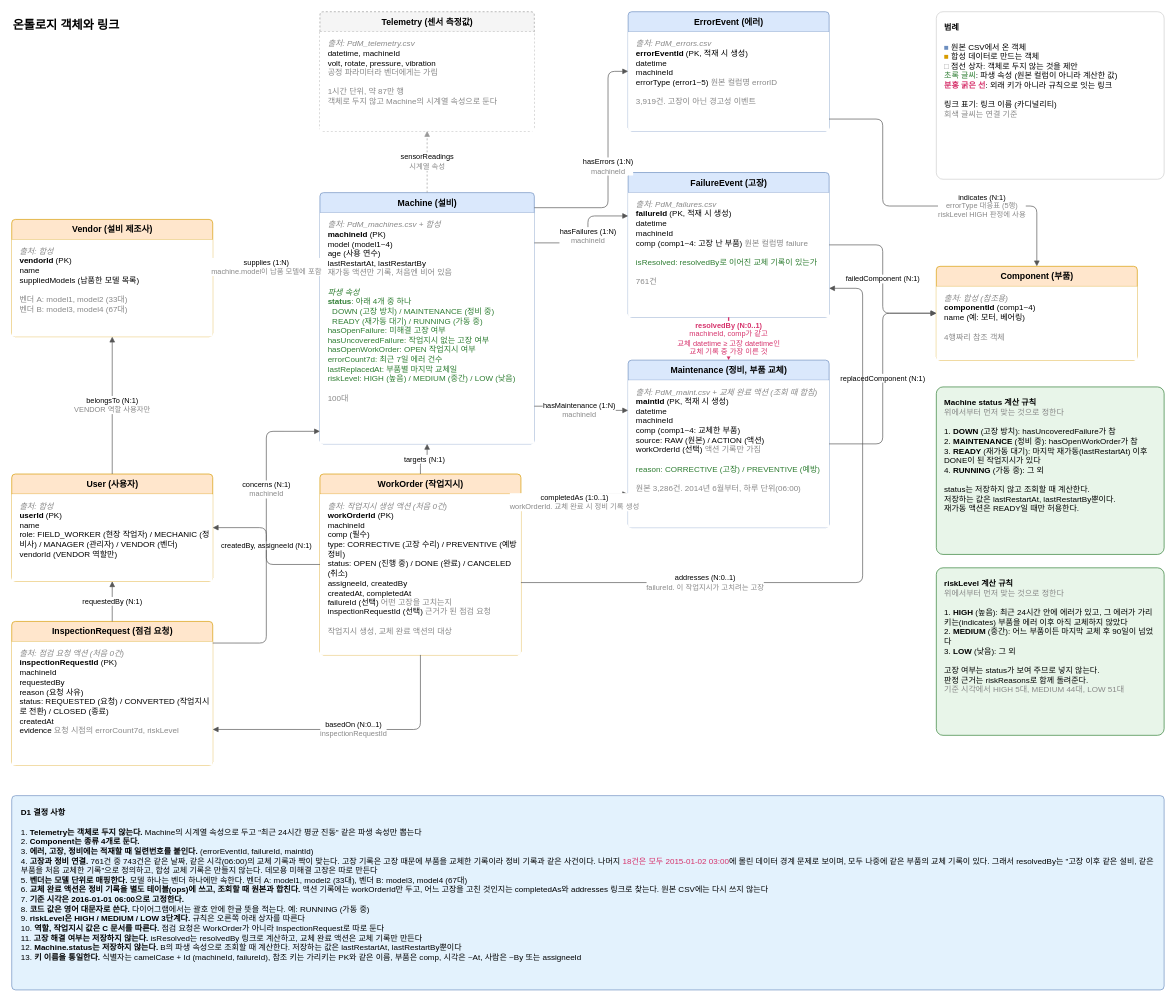
This is docs/diagrams/ontology.drawio from boaz-ontology-lab/pdm-ontology, a draw.io file, before an edit. Source tidied: cells renumbered, new cells numbered last; positions are measured from the earlier drawing's top-left corner, leaving out a move shared by most shapes. Both pictures are drawn from the tidied source at 67%, with x=0, y=0 at pixel (11, 11).
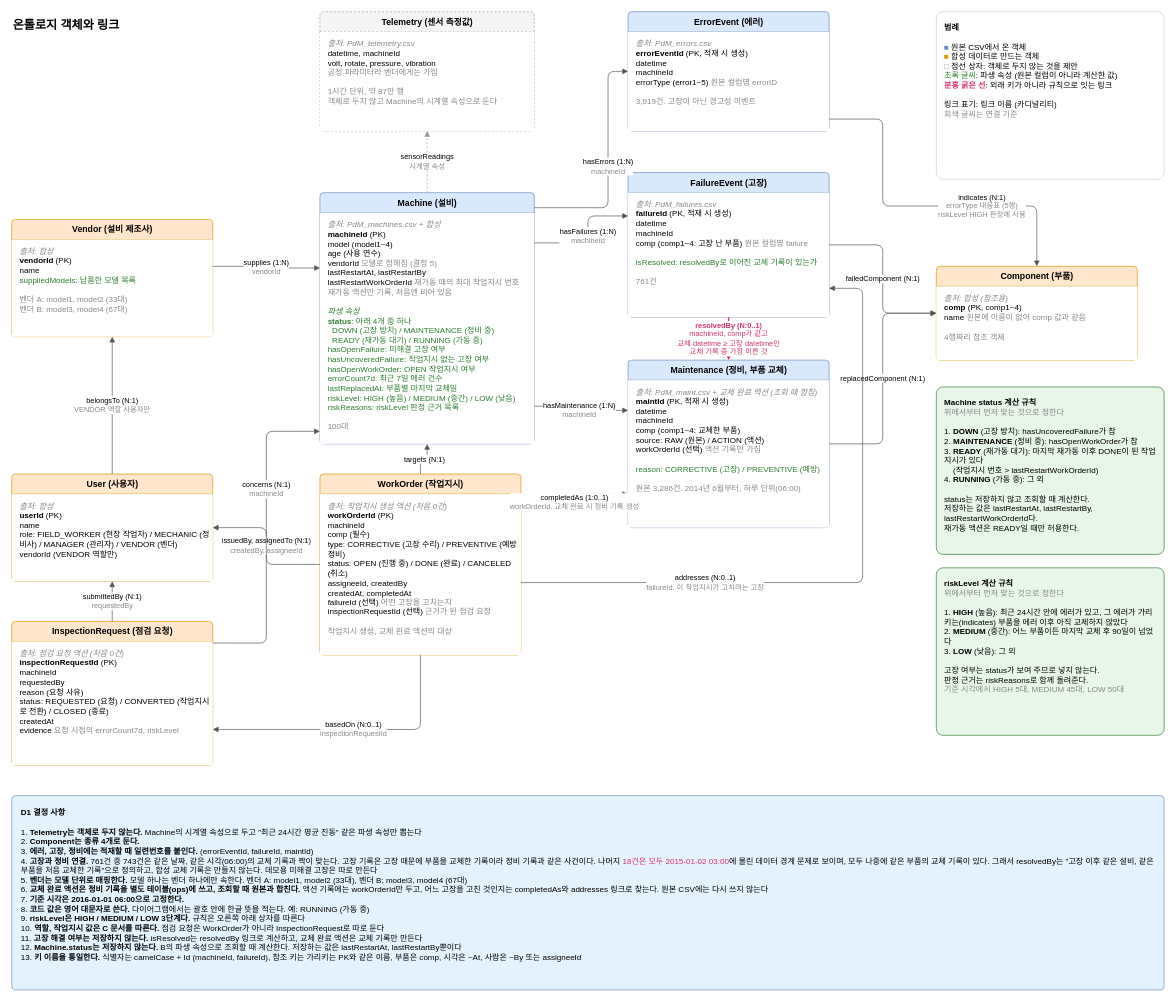
The same page after the edit.

The change refers to these unchanged cells:
```xml
<mxCell id="2" value="&lt;b&gt;Machine (설비)&lt;/b&gt;" style="swimlane;html=1;startSize=30;rounded=1;arcSize=6;fillColor=#dae8fc;strokeColor=#6c8ebf;fontSize=13;" parent="1" vertex="1">
  <mxGeometry x="460" y="270" width="320" height="375" as="geometry" />
</mxCell>
<mxCell id="12" value="&lt;b&gt;Component (부품)&lt;/b&gt;" style="swimlane;html=1;startSize=30;rounded=1;arcSize=6;fillColor=#ffe6cc;strokeColor=#d79b00;fontSize=13;" parent="1" vertex="1">
  <mxGeometry x="1380" y="380" width="300" height="140" as="geometry" />
</mxCell>
<mxCell id="14" value="&lt;b&gt;WorkOrder (작업지시)&lt;/b&gt;" style="swimlane;html=1;startSize=30;rounded=1;arcSize=6;fillColor=#ffe6cc;strokeColor=#d79b00;fontSize=13;" parent="1" vertex="1">
  <mxGeometry x="460" y="690" width="300" height="270" as="geometry" />
</mxCell>
<mxCell id="16" value="&lt;b&gt;User (사용자)&lt;/b&gt;" style="swimlane;html=1;startSize=30;rounded=1;arcSize=6;fillColor=#ffe6cc;strokeColor=#d79b00;fontSize=13;" parent="1" vertex="1">
  <mxGeometry y="690" width="300" height="160" as="geometry" />
</mxCell>
<mxCell id="18" value="&lt;b&gt;Vendor (설비 제조사)&lt;/b&gt;" style="swimlane;html=1;startSize=30;rounded=1;arcSize=6;fillColor=#ffe6cc;strokeColor=#d79b00;fontSize=13;" parent="1" vertex="1">
  <mxGeometry y="310" width="300" height="175" as="geometry" />
</mxCell>
<mxCell id="36" value="&lt;b&gt;InspectionRequest (점검 요청)&lt;/b&gt;" style="swimlane;html=1;startSize=30;rounded=1;arcSize=6;fillColor=#ffe6cc;strokeColor=#d79b00;fontSize=13;" parent="1" vertex="1">
  <mxGeometry y="910" width="300" height="215" as="geometry" />
</mxCell>
```

Change to the diagram source:
```diff
@@
-    <mxCell id="3" value="&lt;font color=&quot;#888888&quot;&gt;&lt;i&gt;출처: PdM_machines.csv + 합성&lt;/i&gt;&lt;/font&gt;&lt;br&gt;&lt;b&gt;machineId&lt;/b&gt; (PK)&lt;br&gt;model (model1~4)&lt;br&gt;age (사용 연수)&lt;br&gt;lastRestartAt, lastRestartBy&lt;br&gt;&lt;font color=&quot;#888888&quot;&gt;재가동 액션만 기록, 처음엔 비어 있음&lt;/font&gt;&lt;br&gt;&lt;br&gt;&lt;font color=&quot;#2e7d32&quot;&gt;&lt;i&gt;파생 속성&lt;/i&gt;&lt;/font&gt;&lt;br&gt;&lt;font color=&quot;#2e7d32&quot;&gt;&lt;b&gt;status&lt;/b&gt;: 아래 4개 중 하나&lt;br&gt;&amp;nbsp;&amp;nbsp;DOWN (고장 방치) / MAINTENANCE (정비 중)&lt;br&gt;&amp;nbsp;&amp;nbsp;READY (재가동 대기) / RUNNING (가동 중)&lt;/font&gt;&lt;br&gt;&lt;font color=&quot;#2e7d32&quot;&gt;hasOpenFailure: 미해결 고장 여부&lt;/font&gt;&lt;br&gt;&lt;font color=&quot;#2e7d32&quot;&gt;hasUncoveredFailure: 작업지시 없는 고장 여부&lt;/font&gt;&lt;br&gt;&lt;font color=&quot;#2e7d32&quot;&gt;hasOpenWorkOrder: OPEN 작업지시 여부&lt;/font&gt;&lt;br&gt;&lt;font color=&quot;#2e7d32&quot;&gt;errorCount7d: 최근 7일 에러 건수&lt;/font&gt;&lt;br&gt;&lt;font color=&quot;#2e7d32&quot;&gt;lastReplacedAt: 부품별 마지막 교체일&lt;/font&gt;&lt;br&gt;&lt;font color=&quot;#2e7d32&quot;&gt;riskLevel: HIGH (높음) / MEDIUM (중간) / LOW (낮음)&lt;/font&gt;&lt;br&gt;&lt;br&gt;&lt;font color=&quot;#888888&quot;&gt;100대&lt;/font&gt;" style="text;html=1;align=left;verticalAlign=top;spacingLeft=10;spacingTop=4;whiteSpace=wrap;fontSize=12;fillColor=#ffffff;" parent="2" vertex="1">
+    <mxCell id="3" value="&lt;font color=&quot;#888888&quot;&gt;&lt;i&gt;출처: PdM_machines.csv + 합성&lt;/i&gt;&lt;/font&gt;&lt;br&gt;&lt;b&gt;machineId&lt;/b&gt; (PK)&lt;br&gt;model (model1~4)&lt;br&gt;age (사용 연수)&lt;br&gt;vendorId &lt;font color=&quot;#888888&quot;&gt;모델로 정해짐 (결정 5)&lt;/font&gt;&lt;br&gt;lastRestartAt, lastRestartBy&lt;br&gt;lastRestartWorkOrderId &lt;font color=&quot;#888888&quot;&gt;재가동 때의 최대 작업지시 번호&lt;/font&gt;&lt;br&gt;&lt;font color=&quot;#888888&quot;&gt;재가동 액션만 기록, 처음엔 비어 있음&lt;/font&gt;&lt;br&gt;&lt;br&gt;&lt;font color=&quot;#2e7d32&quot;&gt;&lt;i&gt;파생 속성&lt;/i&gt;&lt;/font&gt;&lt;br&gt;&lt;font color=&quot;#2e7d32&quot;&gt;&lt;b&gt;status&lt;/b&gt;: 아래 4개 중 하나&lt;br&gt;&amp;nbsp;&amp;nbsp;DOWN (고장 방치) / MAINTENANCE (정비 중)&lt;br&gt;&amp;nbsp;&amp;nbsp;READY (재가동 대기) / RUNNING (가동 중)&lt;/font&gt;&lt;br&gt;&lt;font color=&quot;#2e7d32&quot;&gt;hasOpenFailure: 미해결 고장 여부&lt;/font&gt;&lt;br&gt;&lt;font color=&quot;#2e7d32&quot;&gt;hasUncoveredFailure: 작업지시 없는 고장 여부&lt;/font&gt;&lt;br&gt;&lt;font color=&quot;#2e7d32&quot;&gt;hasOpenWorkOrder: OPEN 작업지시 여부&lt;/font&gt;&lt;br&gt;&lt;font color=&quot;#2e7d32&quot;&gt;errorCount7d: 최근 7일 에러 건수&lt;/font&gt;&lt;br&gt;&lt;font color=&quot;#2e7d32&quot;&gt;lastReplacedAt: 부품별 마지막 교체일&lt;/font&gt;&lt;br&gt;&lt;font color=&quot;#2e7d32&quot;&gt;riskLevel: HIGH (높음) / MEDIUM (중간) / LOW (낮음)&lt;br&gt;riskReasons: riskLevel 판정 근거 목록&lt;/font&gt;&lt;br&gt;&lt;br&gt;&lt;font color=&quot;#888888&quot;&gt;100대&lt;/font&gt;" style="text;html=1;align=left;verticalAlign=top;spacingLeft=10;spacingTop=4;whiteSpace=wrap;fontSize=12;fillColor=#ffffff;" parent="2" vertex="1">
       <mxGeometry y="30" width="320" height="345" as="geometry" />
     </mxCell>
@@
-    <mxCell id="13" value="&lt;font color=&quot;#888888&quot;&gt;&lt;i&gt;출처: 합성 (참조용)&lt;/i&gt;&lt;/font&gt;&lt;br&gt;&lt;b&gt;componentId&lt;/b&gt; (comp1~4)&lt;br&gt;name (예: 모터, 베어링)&lt;br&gt;&lt;br&gt;&lt;font color=&quot;#888888&quot;&gt;4행짜리 참조 객체&lt;/font&gt;" style="text;html=1;align=left;verticalAlign=top;spacingLeft=10;spacingTop=4;whiteSpace=wrap;fontSize=12;fillColor=#ffffff;" parent="12" vertex="1">
+    <mxCell id="13" value="&lt;font color=&quot;#888888&quot;&gt;&lt;i&gt;출처: 합성 (참조용)&lt;/i&gt;&lt;/font&gt;&lt;br&gt;&lt;b&gt;comp&lt;/b&gt; (PK, comp1~4)&lt;br&gt;name &lt;font color=&quot;#888888&quot;&gt;원본에 이름이 없어 comp 값과 같음&lt;/font&gt;&lt;br&gt;&lt;br&gt;&lt;font color=&quot;#888888&quot;&gt;4행짜리 참조 객체&lt;/font&gt;" style="text;html=1;align=left;verticalAlign=top;spacingLeft=10;spacingTop=4;whiteSpace=wrap;fontSize=12;fillColor=#ffffff;" parent="12" vertex="1">
       <mxGeometry y="30" width="300" height="110" as="geometry" />
     </mxCell>
@@
-    <mxCell id="19" value="&lt;font color=&quot;#888888&quot;&gt;&lt;i&gt;출처: 합성&lt;/i&gt;&lt;/font&gt;&lt;br&gt;&lt;b&gt;vendorId&lt;/b&gt; (PK)&lt;br&gt;name&lt;br&gt;suppliedModels (납품한 모델 목록)&lt;br&gt;&lt;br&gt;&lt;font color=&quot;#888888&quot;&gt;벤더 A: model1, model2 (33대)&lt;br&gt;벤더 B: model3, model4 (67대)&lt;/font&gt;" style="text;html=1;align=left;verticalAlign=top;spacingLeft=10;spacingTop=4;whiteSpace=wrap;fontSize=12;fillColor=#ffffff;" parent="18" vertex="1">
+    <mxCell id="19" value="&lt;font color=&quot;#888888&quot;&gt;&lt;i&gt;출처: 합성&lt;/i&gt;&lt;/font&gt;&lt;br&gt;&lt;b&gt;vendorId&lt;/b&gt; (PK)&lt;br&gt;name&lt;br&gt;&lt;font color=&quot;#2e7d32&quot;&gt;suppliedModels: 납품한 모델 목록&lt;/font&gt;&lt;br&gt;&lt;br&gt;&lt;font color=&quot;#888888&quot;&gt;벤더 A: model1, model2 (33대)&lt;br&gt;벤더 B: model3, model4 (67대)&lt;/font&gt;" style="text;html=1;align=left;verticalAlign=top;spacingLeft=10;spacingTop=4;whiteSpace=wrap;fontSize=12;fillColor=#ffffff;" parent="18" vertex="1">
       <mxGeometry y="30" width="300" height="145" as="geometry" />
     </mxCell>
-    <mxCell id="20" value="supplies (1:N)&lt;br&gt;&lt;font color=&quot;#888888&quot;&gt;machine.model이 납품 모델에 포함&lt;/font&gt;" style="edgeStyle=orthogonalEdgeStyle;rounded=1;html=1;endArrow=block;endFill=1;fontSize=11;labelBackgroundColor=#ffffff;exitX=1;exitY=0.4;entryX=0;entryY=0.3;strokeColor=#555555;" parent="1" edge="1" source="18" target="2">
+    <mxCell id="20" value="supplies (1:N)&lt;br&gt;&lt;font color=&quot;#888888&quot;&gt;vendorId&lt;/font&gt;" style="edgeStyle=orthogonalEdgeStyle;rounded=1;html=1;endArrow=block;endFill=1;fontSize=11;labelBackgroundColor=#ffffff;exitX=1;exitY=0.4;entryX=0;entryY=0.3;strokeColor=#555555;" parent="1" edge="1" source="18" target="2">
       <mxGeometry relative="1" as="geometry" />
     </mxCell>
@@
-    <mxCell id="30" value="createdBy, assigneeId (N:1)" style="edgeStyle=orthogonalEdgeStyle;rounded=1;html=1;endArrow=block;endFill=1;fontSize=11;labelBackgroundColor=#ffffff;strokeColor=#555555;" parent="1" edge="1" source="14" target="16">
+    <mxCell id="30" value="issuedBy, assignedTo (N:1)&lt;br&gt;&lt;font color=&quot;#888888&quot;&gt;createdBy, assigneeId&lt;/font&gt;" style="edgeStyle=orthogonalEdgeStyle;rounded=1;html=1;endArrow=block;endFill=1;fontSize=11;labelBackgroundColor=#ffffff;strokeColor=#555555;" parent="1" edge="1" source="14" target="16">
       <mxGeometry relative="1" as="geometry" />
     </mxCell>
@@
-    <mxCell id="34" value="&lt;b&gt;Machine status 계산 규칙&lt;/b&gt;&lt;br&gt;&lt;font color=&quot;#888888&quot;&gt;위에서부터 먼저 맞는 것으로 정한다&lt;/font&gt;&lt;br&gt;&lt;br&gt;1. &lt;b&gt;DOWN&lt;/b&gt; (고장 방치): hasUncoveredFailure가 참&lt;br&gt;2. &lt;b&gt;MAINTENANCE&lt;/b&gt; (정비 중): hasOpenWorkOrder가 참&lt;br&gt;3. &lt;b&gt;READY&lt;/b&gt; (재가동 대기): 마지막 재가동(lastRestartAt) 이후 DONE이 된 작업지시가 있다&lt;br&gt;4. &lt;b&gt;RUNNING&lt;/b&gt; (가동 중): 그 외&lt;br&gt;&lt;br&gt;status는 저장하지 않고 조회할 때 계산한다.&lt;br&gt;저장하는 값은 lastRestartAt, lastRestartBy뿐이다.&lt;br&gt;재가동 액션은 READY일 때만 허용한다." style="rounded=1;arcSize=4;whiteSpace=wrap;html=1;align=left;verticalAlign=top;spacing=12;fillColor=#e8f5e9;strokeColor=#2e7d32;fontSize=12;" parent="1" vertex="1">
+    <mxCell id="34" value="&lt;b&gt;Machine status 계산 규칙&lt;/b&gt;&lt;br&gt;&lt;font color=&quot;#888888&quot;&gt;위에서부터 먼저 맞는 것으로 정한다&lt;/font&gt;&lt;br&gt;&lt;br&gt;1. &lt;b&gt;DOWN&lt;/b&gt; (고장 방치): hasUncoveredFailure가 참&lt;br&gt;2. &lt;b&gt;MAINTENANCE&lt;/b&gt; (정비 중): hasOpenWorkOrder가 참&lt;br&gt;3. &lt;b&gt;READY&lt;/b&gt; (재가동 대기): 마지막 재가동 이후 DONE이 된 작업지시가 있다&lt;br&gt;&amp;nbsp;&amp;nbsp;&amp;nbsp;&amp;nbsp;(작업지시 번호 &amp;gt; lastRestartWorkOrderId)&lt;br&gt;4. &lt;b&gt;RUNNING&lt;/b&gt; (가동 중): 그 외&lt;br&gt;&lt;br&gt;status는 저장하지 않고 조회할 때 계산한다.&lt;br&gt;저장하는 값은 lastRestartAt, lastRestartBy, lastRestartWorkOrderId다.&lt;br&gt;재가동 액션은 READY일 때만 허용한다." style="rounded=1;arcSize=4;whiteSpace=wrap;html=1;align=left;verticalAlign=top;spacing=12;fillColor=#e8f5e9;strokeColor=#2e7d32;fontSize=12;" parent="1" vertex="1">
       <mxGeometry x="1380" y="560" width="340" height="250" as="geometry" />
     </mxCell>
-    <mxCell id="35" value="&lt;b&gt;riskLevel 계산 규칙&lt;/b&gt;&lt;br&gt;&lt;font color=&quot;#888888&quot;&gt;위에서부터 먼저 맞는 것으로 정한다&lt;/font&gt;&lt;br&gt;&lt;br&gt;1. &lt;b&gt;HIGH&lt;/b&gt; (높음): 최근 24시간 안에 에러가 있고, 그 에러가 가리키는(indicates) 부품을 에러 이후 아직 교체하지 않았다&lt;br&gt;2. &lt;b&gt;MEDIUM&lt;/b&gt; (중간): 어느 부품이든 마지막 교체 후 90일이 넘었다&lt;br&gt;3. &lt;b&gt;LOW&lt;/b&gt; (낮음): 그 외&lt;br&gt;&lt;br&gt;고장 여부는 status가 보여 주므로 넣지 않는다.&lt;br&gt;판정 근거는 riskReasons로 함께 돌려준다.&lt;br&gt;&lt;font color=&quot;#888888&quot;&gt;기준 시각에서 HIGH 5대, MEDIUM 44대, LOW 51대&lt;/font&gt;" style="rounded=1;arcSize=4;whiteSpace=wrap;html=1;align=left;verticalAlign=top;spacing=12;fillColor=#e8f5e9;strokeColor=#2e7d32;fontSize=12;" parent="1" vertex="1">
+    <mxCell id="35" value="&lt;b&gt;riskLevel 계산 규칙&lt;/b&gt;&lt;br&gt;&lt;font color=&quot;#888888&quot;&gt;위에서부터 먼저 맞는 것으로 정한다&lt;/font&gt;&lt;br&gt;&lt;br&gt;1. &lt;b&gt;HIGH&lt;/b&gt; (높음): 최근 24시간 안에 에러가 있고, 그 에러가 가리키는(indicates) 부품을 에러 이후 아직 교체하지 않았다&lt;br&gt;2. &lt;b&gt;MEDIUM&lt;/b&gt; (중간): 어느 부품이든 마지막 교체 후 90일이 넘었다&lt;br&gt;3. &lt;b&gt;LOW&lt;/b&gt; (낮음): 그 외&lt;br&gt;&lt;br&gt;고장 여부는 status가 보여 주므로 넣지 않는다.&lt;br&gt;판정 근거는 riskReasons로 함께 돌려준다.&lt;br&gt;&lt;font color=&quot;#888888&quot;&gt;기준 시각에서 HIGH 5대, MEDIUM 45대, LOW 50대&lt;/font&gt;" style="rounded=1;arcSize=4;whiteSpace=wrap;html=1;align=left;verticalAlign=top;spacing=12;fillColor=#e8f5e9;strokeColor=#2e7d32;fontSize=12;" parent="1" vertex="1">
       <mxGeometry x="1380" y="830" width="340" height="250" as="geometry" />
     </mxCell>
@@
-    <mxCell id="39" value="requestedBy (N:1)" style="edgeStyle=orthogonalEdgeStyle;rounded=1;html=1;endArrow=block;endFill=1;fontSize=11;labelBackgroundColor=#ffffff;exitX=0.5;exitY=0;entryX=0.5;entryY=1;strokeColor=#555555;" parent="1" edge="1" source="36" target="16">
+    <mxCell id="39" value="submittedBy (N:1)&lt;br&gt;&lt;font color=&quot;#888888&quot;&gt;requestedBy&lt;/font&gt;" style="edgeStyle=orthogonalEdgeStyle;rounded=1;html=1;endArrow=block;endFill=1;fontSize=11;labelBackgroundColor=#ffffff;exitX=0.5;exitY=0;entryX=0.5;entryY=1;strokeColor=#555555;" parent="1" edge="1" source="36" target="16">
       <mxGeometry relative="1" as="geometry" />
     </mxCell>
```
